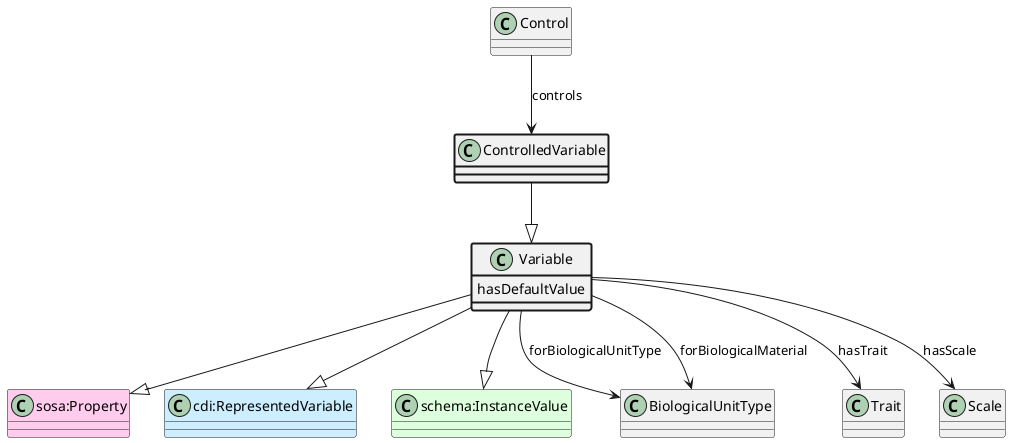
This is ttl_uml/ttl_appn_ControlledVariable.png from aus-plant-phenomics-network/appn-schema, a PlantUML export, as it was before one commit.
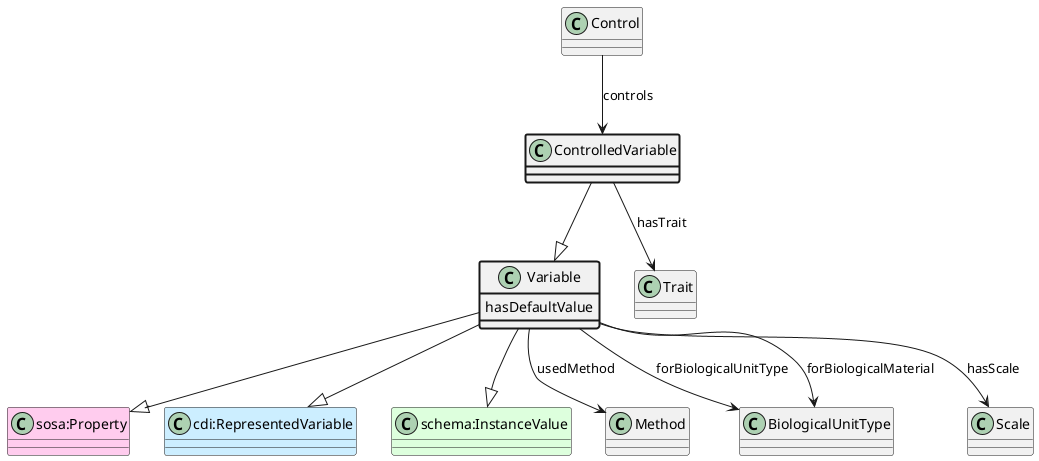
The same file after the commit.

The edit, as a diff of the source:
```diff
@@ -10,15 +10,17 @@
 ControlledVariable --|> Variable
 class Control
 Control --> ControlledVariable : controls
+class Trait
+ControlledVariable --> Trait : hasTrait
 class Variable #line.bold {
     hasDefaultValue
 }
+class Method
+Variable --> Method : usedMethod
 class BiologicalUnitType
 Variable --> BiologicalUnitType : forBiologicalUnitType
 class BiologicalUnitType
 Variable --> BiologicalUnitType : forBiologicalMaterial
-class Trait
-Variable --> Trait : hasTrait
 class Scale
 Variable --> Scale : hasScale
 @enduml
```
